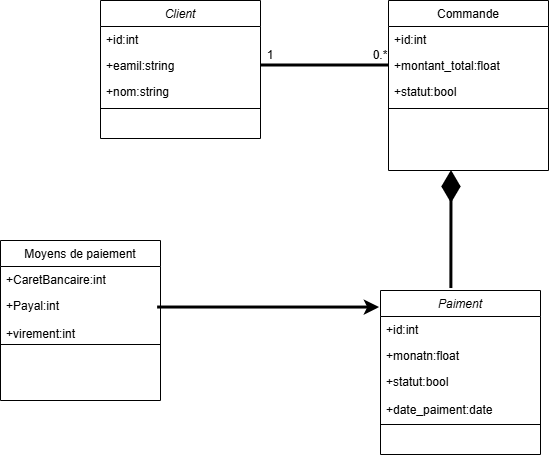
AyoubKhaoua/-Syst-me-de-Paiement-Orient-Objet keeps this draw.io diagram as Diagramme de classe.drawio.png. Above is the earlier version. Source tidied: cells renumbered, new cells last; positions are measured from the earlier drawing's top-left corner, leaving out a move shared by most shapes.
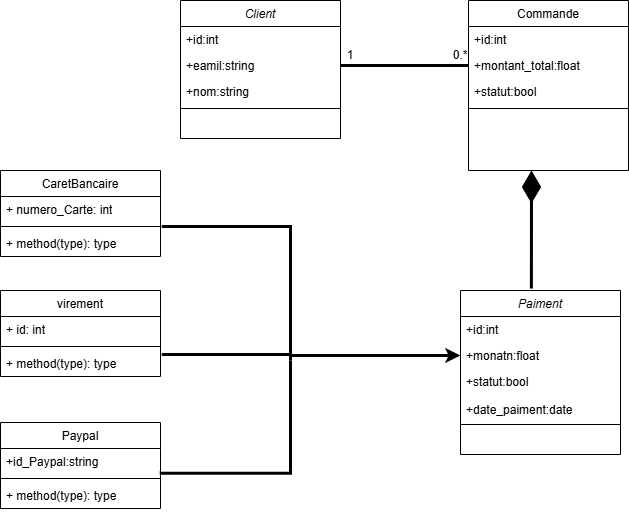
Above is the later version.

Commit message:
Mettre à jour Diagramme de classe.drawio.png

Diff of the diagram source:
```diff
@@ -17,18 +17,6 @@
     <mxCell id="6" style="line;html=1;strokeWidth=1;align=left;verticalAlign=middle;spacingTop=-1;spacingLeft=3;spacingRight=3;labelPosition=right;" parent="2" vertex="1">
       <mxGeometry y="104" width="160" height="8" as="geometry" />
     </mxCell>
-    <mxCell id="7" value="Moyens de paiement" style="swimlane;fontStyle=0;align=center;verticalAlign=top;horizontal=1;startSize=26;rounded=0;shadow=0;strokeWidth=1;" parent="1" vertex="1">
-      <mxGeometry y="240" width="160" height="160" as="geometry" />
-    </mxCell>
-    <mxCell id="8" value="+CaretBancaire:int" style="text;align=left;verticalAlign=top;spacingLeft=4;spacingRight=4;overflow=hidden;" parent="7" vertex="1">
-      <mxGeometry y="26" width="160" height="26" as="geometry" />
-    </mxCell>
-    <mxCell id="9" value="+Payal:int&#10;&#10;+virement:int" style="text;align=left;verticalAlign=top;spacingLeft=4;spacingRight=4;overflow=hidden;points=[[0,0.5],[1,0.5]];portConstraint=eastwest;rounded=0;shadow=0;html=0;" parent="7" vertex="1">
-      <mxGeometry y="52" width="160" height="48" as="geometry" />
-    </mxCell>
-    <mxCell id="10" style="line;html=1;strokeWidth=1;align=left;verticalAlign=middle;spacingTop=-1;spacingLeft=3;spacingRight=3;labelPosition=right;" parent="7" vertex="1">
-      <mxGeometry y="100" width="160" height="8" as="geometry" />
-    </mxCell>
     <mxCell id="11" value="Commande" style="swimlane;fontStyle=0;align=center;verticalAlign=top;horizontal=1;startSize=26;rounded=0;shadow=0;strokeWidth=1;" parent="1" vertex="1">
       <mxGeometry x="388" width="160" height="170" as="geometry" />
     </mxCell>
@@ -73,8 +61,61 @@
         <mxPoint x="451" y="170" as="targetPoint" />
       </mxGeometry>
     </mxCell>
-    <mxCell id="25" style="endArrow=classic;html=1;rounded=0;entryX=-0.006;entryY=0.104;entryDx=0;entryDy=0;entryPerimeter=0;exitX=0.982;exitY=0.313;exitDx=0;exitDy=0;exitPerimeter=0;strokeWidth=3;" parent="1" edge="1" source="9" target="16">
-      <mxGeometry relative="1" as="geometry" />
+    <mxCell id="25" style="endArrow=classic;html=1;rounded=0;entryX=0;entryY=0.5;entryDx=0;entryDy=0;strokeWidth=3;" parent="1" edge="1" target="18">
+      <mxGeometry relative="1" as="geometry">
+        <mxPoint x="210" y="355" as="sourcePoint" />
+      </mxGeometry>
     </mxCell>
+    <mxCell id="26" value="&lt;span style=&quot;font-weight: 400; text-align: left; text-wrap-mode: nowrap;&quot;&gt;virement&lt;/span&gt;&lt;div&gt;&lt;span style=&quot;font-weight: 400; text-align: left; text-wrap-mode: nowrap;&quot;&gt;&lt;br&gt;&lt;/span&gt;&lt;/div&gt;&lt;div&gt;&lt;span style=&quot;font-weight: 400; text-align: left; text-wrap-mode: nowrap;&quot;&gt;&lt;br&gt;&lt;/span&gt;&lt;/div&gt;" style="swimlane;fontStyle=1;align=center;verticalAlign=top;horizontal=1;startSize=26;whiteSpace=wrap;html=1;" parent="1" vertex="1">
+      <mxGeometry x="-80" y="290" width="160" height="86" as="geometry" />
+    </mxCell>
+    <mxCell id="27" value="+ id: int" style="text;strokeColor=none;fillColor=none;align=left;verticalAlign=top;spacingLeft=4;spacingRight=4;overflow=hidden;whiteSpace=wrap;html=1;" parent="26" vertex="1">
+      <mxGeometry y="26" width="160" height="26" as="geometry" />
+    </mxCell>
+    <mxCell id="28" style="line;strokeWidth=1;fillColor=none;align=left;verticalAlign=middle;spacingTop=-1;spacingLeft=3;spacingRight=3;labelPosition=right;strokeColor=inherit;" parent="26" vertex="1">
+      <mxGeometry y="52" width="160" height="8" as="geometry" />
+    </mxCell>
+    <mxCell id="29" value="+ method(type): type" style="text;strokeColor=none;fillColor=none;align=left;verticalAlign=top;spacingLeft=4;spacingRight=4;overflow=hidden;points=[[0,0.5],[1,0.5]];portConstraint=eastwest;whiteSpace=wrap;html=1;" parent="26" vertex="1">
+      <mxGeometry y="60" width="160" height="26" as="geometry" />
+    </mxCell>
+    <mxCell id="30" value="&lt;span style=&quot;font-weight: 400; text-align: left; text-wrap-mode: nowrap;&quot;&gt;Paypal&lt;/span&gt;&lt;div&gt;&lt;span style=&quot;font-weight: 400; text-align: left; text-wrap-mode: nowrap;&quot;&gt;&lt;br&gt;&lt;/span&gt;&lt;/div&gt;" style="swimlane;fontStyle=1;align=center;verticalAlign=top;horizontal=1;startSize=26;whiteSpace=wrap;html=1;" parent="1" vertex="1">
+      <mxGeometry x="-80" y="422" width="160" height="86" as="geometry" />
+    </mxCell>
+    <mxCell id="31" value="+id_Paypal:string&lt;div&gt;&lt;br&gt;&lt;/div&gt;" style="text;strokeColor=none;fillColor=none;align=left;verticalAlign=top;spacingLeft=4;spacingRight=4;overflow=hidden;points=[[0,0.5],[1,0.5]];portConstraint=eastwest;whiteSpace=wrap;html=1;" parent="30" vertex="1">
+      <mxGeometry y="26" width="160" height="26" as="geometry" />
+    </mxCell>
+    <mxCell id="32" style="line;strokeWidth=1;fillColor=none;align=left;verticalAlign=middle;spacingTop=-1;spacingLeft=3;spacingRight=3;labelPosition=right;strokeColor=inherit;" parent="30" vertex="1">
+      <mxGeometry y="52" width="160" height="8" as="geometry" />
+    </mxCell>
+    <mxCell id="33" value="+ method(type): type" style="text;strokeColor=none;fillColor=none;align=left;verticalAlign=top;spacingLeft=4;spacingRight=4;overflow=hidden;whiteSpace=wrap;html=1;" parent="30" vertex="1">
+      <mxGeometry y="60" width="160" height="26" as="geometry" />
+    </mxCell>
+    <mxCell id="34" value="&lt;span style=&quot;font-weight: 400; text-align: left; text-wrap-mode: nowrap;&quot;&gt;CaretBancaire&lt;/span&gt;" style="swimlane;fontStyle=1;align=center;verticalAlign=top;horizontal=1;startSize=26;whiteSpace=wrap;html=1;" parent="1" vertex="1">
+      <mxGeometry x="-80" y="170" width="160" height="86" as="geometry" />
+    </mxCell>
+    <mxCell id="35" value="+ numero_Carte: int&lt;div&gt;&lt;br&gt;&lt;/div&gt;" style="text;strokeColor=none;fillColor=none;align=left;verticalAlign=top;spacingLeft=4;spacingRight=4;overflow=hidden;points=[[0,0.5],[1,0.5]];portConstraint=eastwest;whiteSpace=wrap;html=1;" parent="34" vertex="1">
+      <mxGeometry y="26" width="160" height="26" as="geometry" />
+    </mxCell>
+    <mxCell id="36" style="line;strokeWidth=1;fillColor=none;align=left;verticalAlign=middle;spacingTop=-1;spacingLeft=3;spacingRight=3;labelPosition=right;strokeColor=inherit;" parent="34" vertex="1">
+      <mxGeometry y="52" width="160" height="8" as="geometry" />
+    </mxCell>
+    <mxCell id="37" value="+ method(type): type" style="text;strokeColor=none;fillColor=none;align=left;verticalAlign=top;spacingLeft=4;spacingRight=4;overflow=hidden;whiteSpace=wrap;html=1;" parent="34" vertex="1">
+      <mxGeometry y="60" width="160" height="26" as="geometry" />
+    </mxCell>
+    <mxCell id="38" style="endArrow=none;html=1;rounded=0;strokeWidth=3;exitX=1.008;exitY=1.154;exitDx=0;exitDy=0;exitPerimeter=0;edgeStyle=orthogonalEdgeStyle;" parent="1" edge="1" source="35">
+      <mxGeometry relative="1" as="geometry">
+        <mxPoint x="210" y="360" as="targetPoint" />
+      </mxGeometry>
+    </mxCell>
+    <mxCell id="39" style="endArrow=none;html=1;rounded=0;strokeWidth=3;exitX=1.008;exitY=0.154;exitDx=0;exitDy=0;exitPerimeter=0;" parent="1" edge="1" source="29">
+      <mxGeometry relative="1" as="geometry">
+        <mxPoint x="210" y="354" as="targetPoint" />
+      </mxGeometry>
+    </mxCell>
+    <mxCell id="40" style="endArrow=none;html=1;rounded=0;strokeWidth=3;exitX=0.996;exitY=0.949;exitDx=0;exitDy=0;exitPerimeter=0;edgeStyle=orthogonalEdgeStyle;" parent="1" edge="1" source="31">
+      <mxGeometry relative="1" as="geometry">
+        <mxPoint x="210" y="360" as="targetPoint" />
+      </mxGeometry>
+    </mxCell>
   </root>
 </mxGraphModel>
```
